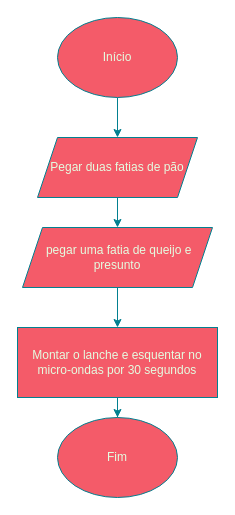
rafaelly55/AMS keeps this draw.io diagram as page "Página-1" (1 of 5) of PA/Diagrama sem nome.drawio. Above is the earlier version. Source tidied: cells renumbered, new cells numbered last; positions are measured from the earlier drawing's top-left corner, leaving out a move shared by most shapes. Both pictures are drawn from the tidied source at 100%, with x=0, y=0 at pixel (17, 17).
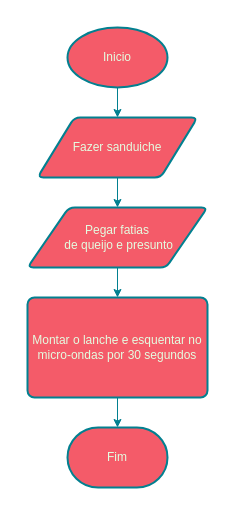
After the change.

Commit message:
Atualizar Diagrama fluxogramas.drawio

What changed in the source:
```diff
@@
 <mxGraphModel>
   <root>
     <mxCell id="0" />
     <mxCell id="1" parent="0" />
-    <mxCell id="2" style="edgeStyle=orthogonalEdgeStyle;rounded=0;jettySize=auto;html=1;labelBackgroundColor=none;strokeColor=#028090;fontColor=default;" parent="1" edge="1" source="3" target="5">
-      <mxGeometry relative="1" as="geometry" />
-    </mxCell>
-    <mxCell id="3" value="Início" style="ellipse;whiteSpace=wrap;html=1;labelBackgroundColor=none;fillColor=#F45B69;strokeColor=#028090;fontColor=#E4FDE1;rounded=0;" parent="1" vertex="1">
-      <mxGeometry x="40" width="120" height="80" as="geometry" />
-    </mxCell>
-    <mxCell id="4" style="edgeStyle=orthogonalEdgeStyle;rounded=0;jettySize=auto;html=1;labelBackgroundColor=none;strokeColor=#028090;fontColor=default;" parent="1" edge="1" source="5" target="7">
-      <mxGeometry relative="1" as="geometry" />
-    </mxCell>
-    <mxCell id="5" value="Pegar duas fatias de pão" style="shape=parallelogram;perimeter=parallelogramPerimeter;whiteSpace=wrap;html=1;fixedSize=1;labelBackgroundColor=none;fillColor=#F45B69;strokeColor=#028090;fontColor=#E4FDE1;rounded=0;" parent="1" vertex="1">
-      <mxGeometry x="20" y="120" width="160" height="60" as="geometry" />
-    </mxCell>
-    <mxCell id="6" style="edgeStyle=orthogonalEdgeStyle;rounded=0;jettySize=auto;html=1;strokeColor=#028090;labelBackgroundColor=none;fontColor=default;" parent="1" edge="1" source="7" target="9">
-      <mxGeometry relative="1" as="geometry" />
-    </mxCell>
-    <mxCell id="7" value="&amp;nbsp;pegar uma fatia de queijo e presunto" style="shape=parallelogram;perimeter=parallelogramPerimeter;whiteSpace=wrap;html=1;fixedSize=1;labelBackgroundColor=none;fillColor=#F45B69;strokeColor=#028090;fontColor=#E4FDE1;rounded=0;" parent="1" vertex="1">
-      <mxGeometry x="5" y="210" width="190" height="60" as="geometry" />
-    </mxCell>
+    <mxCell id="11" style="edgeStyle=orthogonalEdgeStyle;rounded=0;jettySize=auto;html=1;strokeColor=#028090;fontColor=#E4FDE1;fillColor=#F45B69;" parent="1" edge="1" source="12" target="16">
+      <mxGeometry relative="1" as="geometry" />
+    </mxCell>
+    <mxCell id="12" value="Inicio" style="strokeWidth=2;html=1;shape=mxgraph.flowchart.start_1;whiteSpace=wrap;strokeColor=#028090;fontColor=#E4FDE1;fillColor=#F45B69;" parent="1" vertex="1">
+      <mxGeometry x="50" y="10" width="100" height="60" as="geometry" />
+    </mxCell>
+    <mxCell id="13" style="edgeStyle=orthogonalEdgeStyle;rounded=0;jettySize=auto;html=1;strokeColor=#028090;fontColor=#E4FDE1;fillColor=#F45B69;" parent="1" edge="1" source="14" target="9">
+      <mxGeometry relative="1" as="geometry" />
+    </mxCell>
+    <mxCell id="14" value="Pegar fatias&lt;div&gt;&amp;nbsp;de queijo e presunto&lt;/div&gt;" style="shape=parallelogram;html=1;strokeWidth=2;perimeter=parallelogramPerimeter;whiteSpace=wrap;rounded=1;arcSize=12;size=0.23;strokeColor=#028090;fontColor=#E4FDE1;fillColor=#F45B69;" parent="1" vertex="1">
+      <mxGeometry x="10" y="190" width="180" height="60" as="geometry" />
+    </mxCell>
+    <mxCell id="15" style="edgeStyle=orthogonalEdgeStyle;rounded=0;jettySize=auto;html=1;strokeColor=#028090;fontColor=#E4FDE1;fillColor=#F45B69;" parent="1" edge="1" source="16" target="14">
+      <mxGeometry relative="1" as="geometry" />
+    </mxCell>
+    <mxCell id="16" value="Fazer sanduiche" style="shape=parallelogram;html=1;strokeWidth=2;perimeter=parallelogramPerimeter;whiteSpace=wrap;rounded=1;arcSize=12;size=0.23;strokeColor=#028090;fontColor=#E4FDE1;fillColor=#F45B69;" parent="1" vertex="1">
+      <mxGeometry x="20" y="100" width="160" height="60" as="geometry" />
+    </mxCell>
-    <mxCell id="8" style="edgeStyle=orthogonalEdgeStyle;rounded=0;jettySize=auto;html=1;strokeColor=#028090;labelBackgroundColor=none;fontColor=default;" parent="1" edge="1" source="9" target="10">
+    <mxCell id="8" style="edgeStyle=orthogonalEdgeStyle;rounded=0;jettySize=auto;html=1;strokeColor=#028090;fontColor=#E4FDE1;fillColor=#F45B69;" parent="1" edge="1" source="9" target="10">
       <mxGeometry relative="1" as="geometry" />
     </mxCell>
-    <mxCell id="9" value="Montar o lanche e esquentar no micro-ondas por 30 segundos" style="rounded=0;whiteSpace=wrap;html=1;labelBackgroundColor=none;fillColor=#F45B69;strokeColor=#028090;fontColor=#E4FDE1;" parent="1" vertex="1">
-      <mxGeometry y="310" width="200" height="70" as="geometry" />
+    <mxCell id="9" value="Montar o lanche e esquentar no micro-ondas por 30 segundos" style="rounded=1;whiteSpace=wrap;html=1;absoluteArcSize=1;arcSize=14;strokeWidth=2;strokeColor=#028090;fontColor=#E4FDE1;fillColor=#F45B69;" parent="1" vertex="1">
+      <mxGeometry x="10" y="280" width="180" height="100" as="geometry" />
     </mxCell>
-    <mxCell id="10" value="Fim" style="ellipse;whiteSpace=wrap;html=1;labelBackgroundColor=none;fillColor=#F45B69;strokeColor=#028090;fontColor=#E4FDE1;rounded=0;" parent="1" vertex="1">
-      <mxGeometry x="40" y="400" width="120" height="80" as="geometry" />
+    <mxCell id="10" value="Fim" style="strokeWidth=2;html=1;shape=mxgraph.flowchart.terminator;whiteSpace=wrap;strokeColor=#028090;fontColor=#E4FDE1;fillColor=#F45B69;" parent="1" vertex="1">
+      <mxGeometry x="50" y="410" width="100" height="60" as="geometry" />
     </mxCell>
   </root>
 </mxGraphModel>
```
